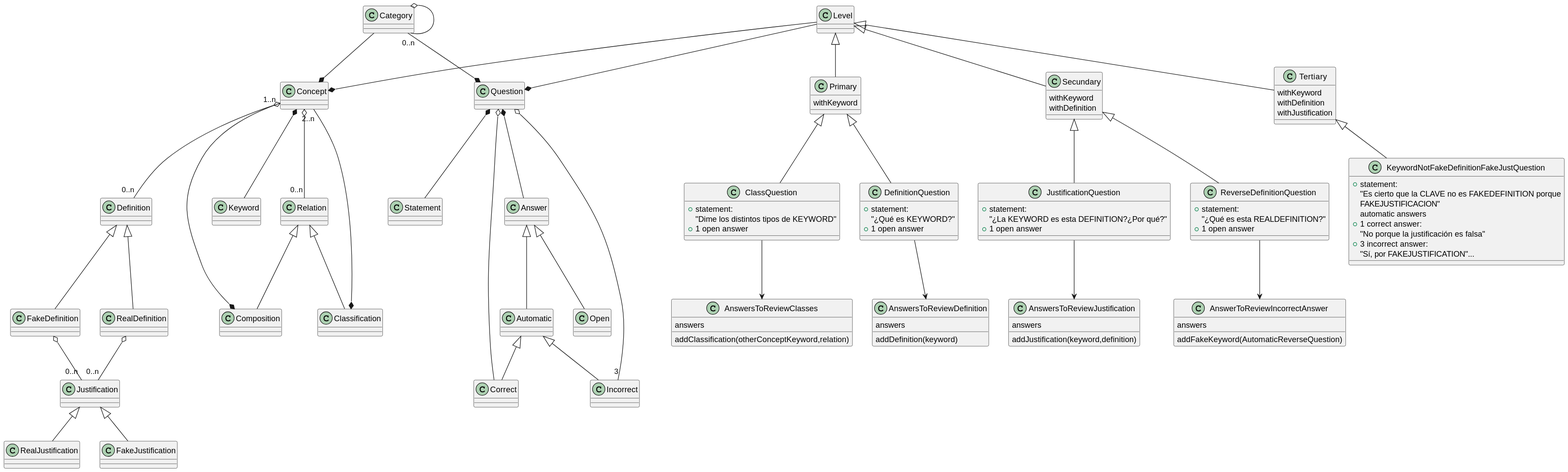
Before: out/doc/dominio_detail_concept/ConceptDomainDetail.svg, a diagram exported from PlantUML (Joselon/ProyectoOpoTest).
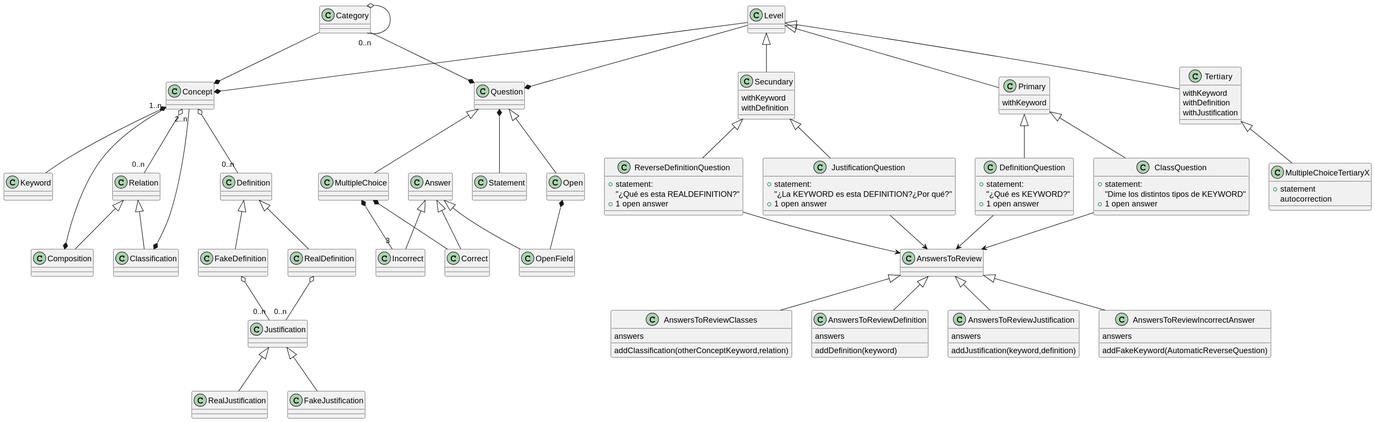
Above is the later version.

Commit message:
Replanteo fix detalle dominio

What changed in the source:
```diff
@@ -59,16 +59,9 @@
     + 1 open answer
 }
 
-class KeywordNotFakeDefinitionFakeJustQuestion {
-    +statement:
-"Es cierto que la CLAVE no es FAKEDEFINITION porque
-FAKEJUSTIFICACION"
-automatic answers
-    + 1 correct answer:
-"No porque la justificación es falsa"
-    + 3 incorrect answer:
-"Sí, por FAKEJUSTIFICATION"...
-
+class MultipleChoiceTertiaryX {
+    +statement
+    autocorrection
 }
 
 class ClassQuestion  {
@@ -77,7 +70,11 @@
     + 1 open answer
 }
 
+class Open
+
 class Question
+
+class MultipleChoice
 
 class Statement
 
@@ -86,6 +83,8 @@
 class Correct
 
 class Incorrect
+
+class AnswersToReview
 
 class AnswersToReviewDefinition {
     answers
@@ -97,7 +96,7 @@
     addJustification(keyword,definition)
 }
 
-class AnswerToReviewIncorrectAnswer {
+class AnswersToReviewIncorrectAnswer {
     answers
     addFakeKeyword(AutomaticReverseQuestion)
 }
@@ -131,27 +130,35 @@
 Level <|-- Primary
 Level <|-- Secundary
 Level <|-- Tertiary
+
 Primary <|-- DefinitionQuestion
- DefinitionQuestion --> AnswersToReviewDefinition
+
+DefinitionQuestion --> AnswersToReview
+AnswersToReview<|--AnswersToReviewDefinition
+
 Secundary <|-- ReverseDefinitionQuestion
-ReverseDefinitionQuestion --> AnswerToReviewIncorrectAnswer
- Secundary <|-- JustificationQuestion
-  JustificationQuestion --> AnswersToReviewJustification
+ReverseDefinitionQuestion --> AnswersToReview
+AnswersToReview<|--AnswersToReviewIncorrectAnswer
 
-Tertiary <|-- KeywordNotFakeDefinitionFakeJustQuestion
+Secundary <|-- JustificationQuestion
+JustificationQuestion --> AnswersToReview
+AnswersToReview<|--AnswersToReviewJustification
+
+Tertiary <|-- MultipleChoiceTertiaryX
 
 Primary <|-- ClassQuestion
-ClassQuestion --> AnswersToReviewClasses
-
-Answer <|-- Open
-Answer <|-- Automatic
+ClassQuestion --> AnswersToReview
+AnswersToReview<|--AnswersToReviewClasses
 
 Level --* Concept
 Level --* Question
+Question <|-- MultipleChoice
+Question <|-- Open
 Question *--  Statement
-Question o--"3" Incorrect
-Question o-- Correct
-Question *-- Answer
-Automatic <|-- Correct
-Automatic <|-- Incorrect
+MultipleChoice *--"3" Incorrect
+MultipleChoice *-- Correct
+Answer <|-- Correct
+Answer <|-- Incorrect
+Answer <|-- OpenField
+Open *--OpenField
 @enduml
```
